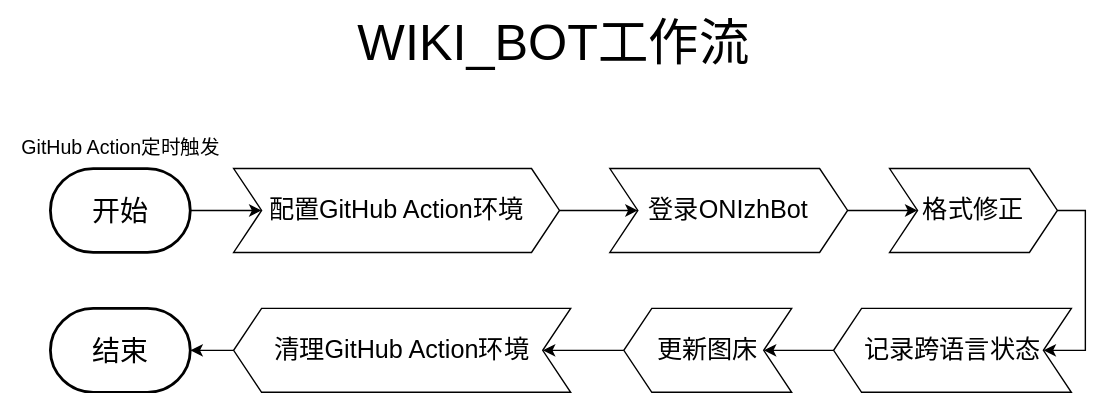
This is workflow_WIKI_BOT.drawio.svg from ONI-Wiki-zh/workflow-summary, a draw.io export, as it was before one commit. Source tidied: cells renumbered, new cells last; positions are measured from the earlier drawing's top-left corner, leaving out a move shared by most shapes.
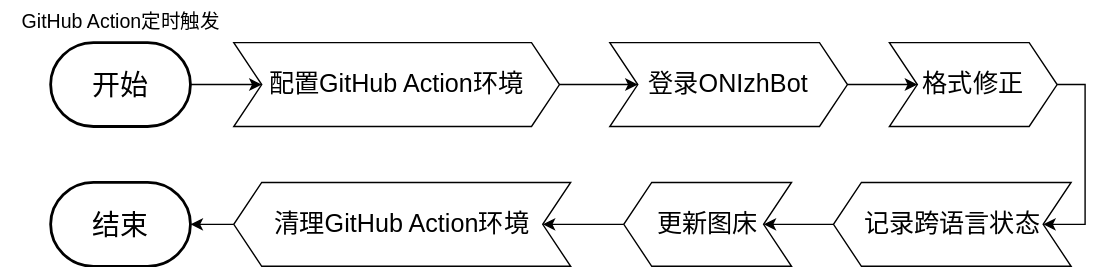
The same diagram one commit later.

The edit, as a diff of the source:
```diff
@@ -55,8 +55,5 @@
     <mxCell id="17" value="&lt;font size=&quot;4&quot;&gt;清理GitHub Action环境&lt;/font&gt;" style="shape=step;perimeter=stepPerimeter;whiteSpace=wrap;html=1;fixedSize=1;size=20;flipH=1;" parent="1" vertex="1">
       <mxGeometry x="166" y="220" width="241" height="60" as="geometry" />
     </mxCell>
-    <mxCell id="18" value="&lt;font style=&quot;font-size: 36px;&quot;&gt;WIKI_BOT工作流&lt;/font&gt;" style="text;html=1;strokeColor=none;fillColor=none;align=center;verticalAlign=middle;whiteSpace=wrap;rounded=0;" parent="1" vertex="1">
-      <mxGeometry x="245" width="300" height="60" as="geometry" />
-    </mxCell>
   </root>
 </mxGraphModel>
```
